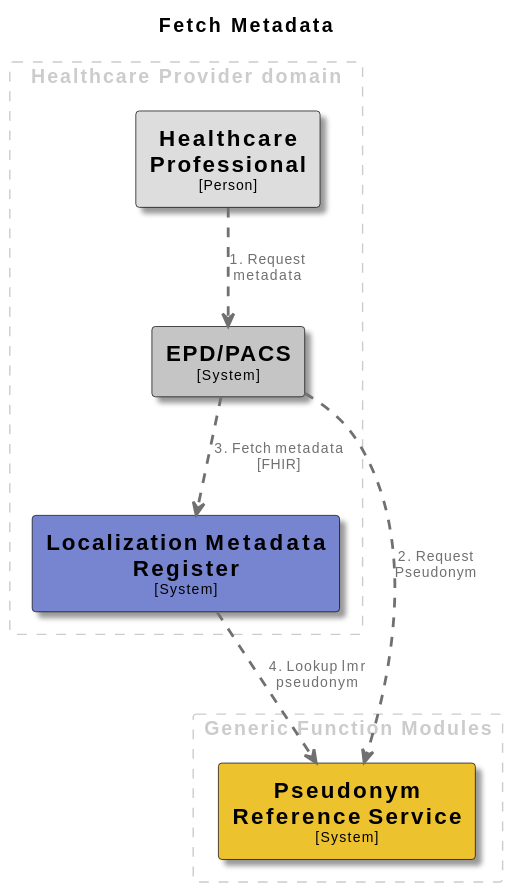
Above: docs/images/structurizr-FetchMetadata.svg in minvws/gfmodules-coordination (PlantUML), before the change.
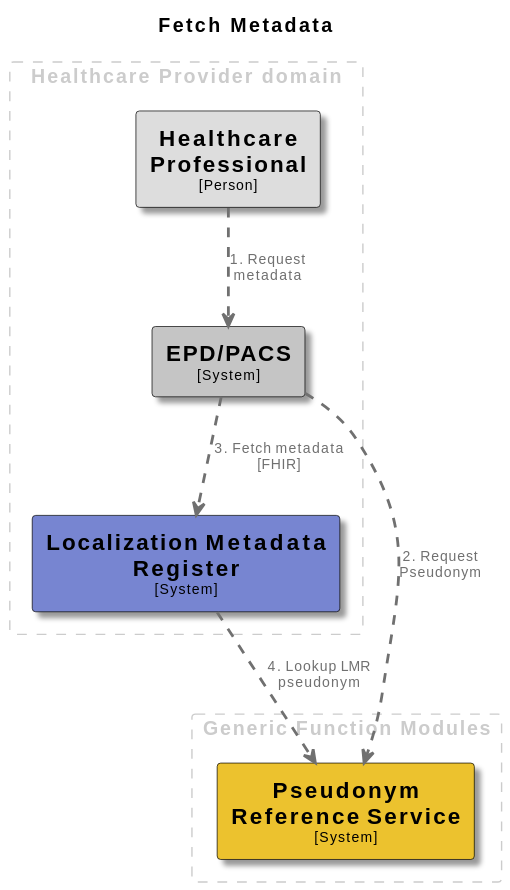
Above is the later version.

The edit, as a diff of the source:
```diff
@@ -59,5 +59,5 @@
 HealthcareProfessional .[#707070,thickness=2].> EPDPACS : "<color:#707070>1. Request metadata"
 EPDPACS .[#707070,thickness=2].> PseudonymReferenceService : "<color:#707070>2. Request Pseudonym"
 EPDPACS .[#707070,thickness=2].> LocalizationMetadataRegister : "<color:#707070>3. Fetch metadata [FHIR]"
-LocalizationMetadataRegister .[#707070,thickness=2].> PseudonymReferenceService : "<color:#707070>4. Lookup lmr pseudonym"
+LocalizationMetadataRegister .[#707070,thickness=2].> PseudonymReferenceService : "<color:#707070>4. Lookup LMR pseudonym"
 @enduml
```
